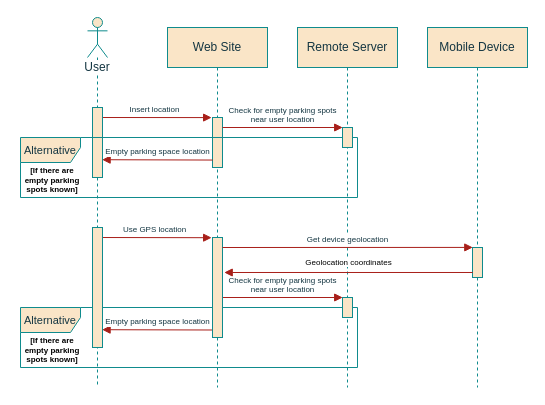
Before: page "WebSite_SeqDiagram" (6 of 6) of project/report/flowcharts/RemoteSystem.drawio in ESRGgroup9/slipad, a draw.io diagram. Source tidied: cells renumbered, new cells numbered last; positions are measured from the earlier drawing's top-left corner, leaving out a move shared by most shapes. Both pictures are drawn from the tidied source at 100%, with x=0, y=0 at pixel (17, 17).
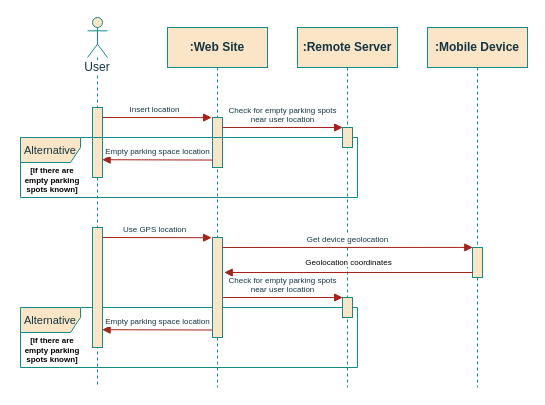
The same page after the edit.

Diff of the diagram source:
```diff
@@
-    <mxCell id="5" value="Web Site" style="shape=umlLifeline;perimeter=lifelinePerimeter;whiteSpace=wrap;html=1;fillColor=#FAE5C7;strokeColor=#0F8B8D;fontColor=#143642;" parent="1" vertex="1">
+    <mxCell id="5" value="&lt;b&gt;:Web Site&lt;/b&gt;" style="shape=umlLifeline;perimeter=lifelinePerimeter;whiteSpace=wrap;html=1;fillColor=#FAE5C7;strokeColor=#0F8B8D;fontColor=#143642;" parent="1" vertex="1">
       <mxGeometry x="150" y="10" width="100" height="360" as="geometry" />
     </mxCell>
@@
-    <mxCell id="10" value="Remote Server" style="shape=umlLifeline;perimeter=lifelinePerimeter;whiteSpace=wrap;html=1;fillColor=#FAE5C7;strokeColor=#0F8B8D;fontColor=#143642;" parent="1" vertex="1">
+    <mxCell id="10" value=":Remote Server" style="shape=umlLifeline;perimeter=lifelinePerimeter;whiteSpace=wrap;html=1;fillColor=#FAE5C7;strokeColor=#0F8B8D;fontColor=#143642;fontStyle=1;" parent="1" vertex="1">
       <mxGeometry x="280" y="10" width="100" height="360" as="geometry" />
     </mxCell>
@@
-    <mxCell id="18" value="Mobile Device" style="shape=umlLifeline;perimeter=lifelinePerimeter;whiteSpace=wrap;html=1;fillColor=#FAE5C7;strokeColor=#0F8B8D;fontColor=#143642;" parent="1" vertex="1">
+    <mxCell id="18" value=":Mobile Device" style="shape=umlLifeline;perimeter=lifelinePerimeter;whiteSpace=wrap;html=1;fillColor=#FAE5C7;strokeColor=#0F8B8D;fontColor=#143642;fontStyle=1;" parent="1" vertex="1">
       <mxGeometry x="410" y="10" width="100" height="360" as="geometry" />
     </mxCell>
```
